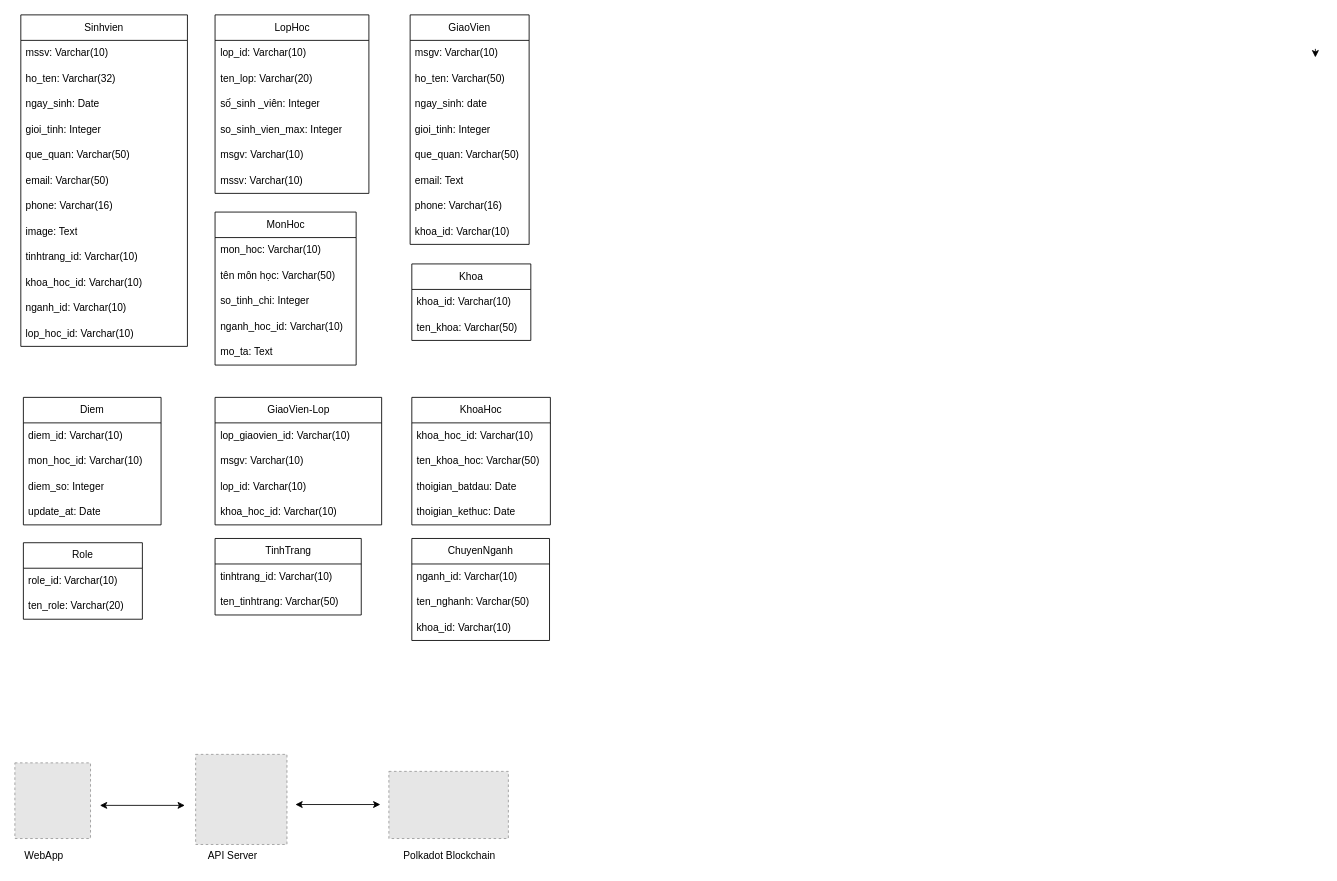
Above: db.drawio in Tranchinh30032001/Do_an_Be (draw.io), before the change. Source tidied: cells renumbered, new cells numbered last; positions are measured from the earlier drawing's top-left corner, leaving out a move shared by most shapes. Both pictures are drawn from the tidied source at 85%, with x=0, y=0 at pixel (14, 14). Pictures stored in the file or linked from it are replaced by grey dashed boxes.
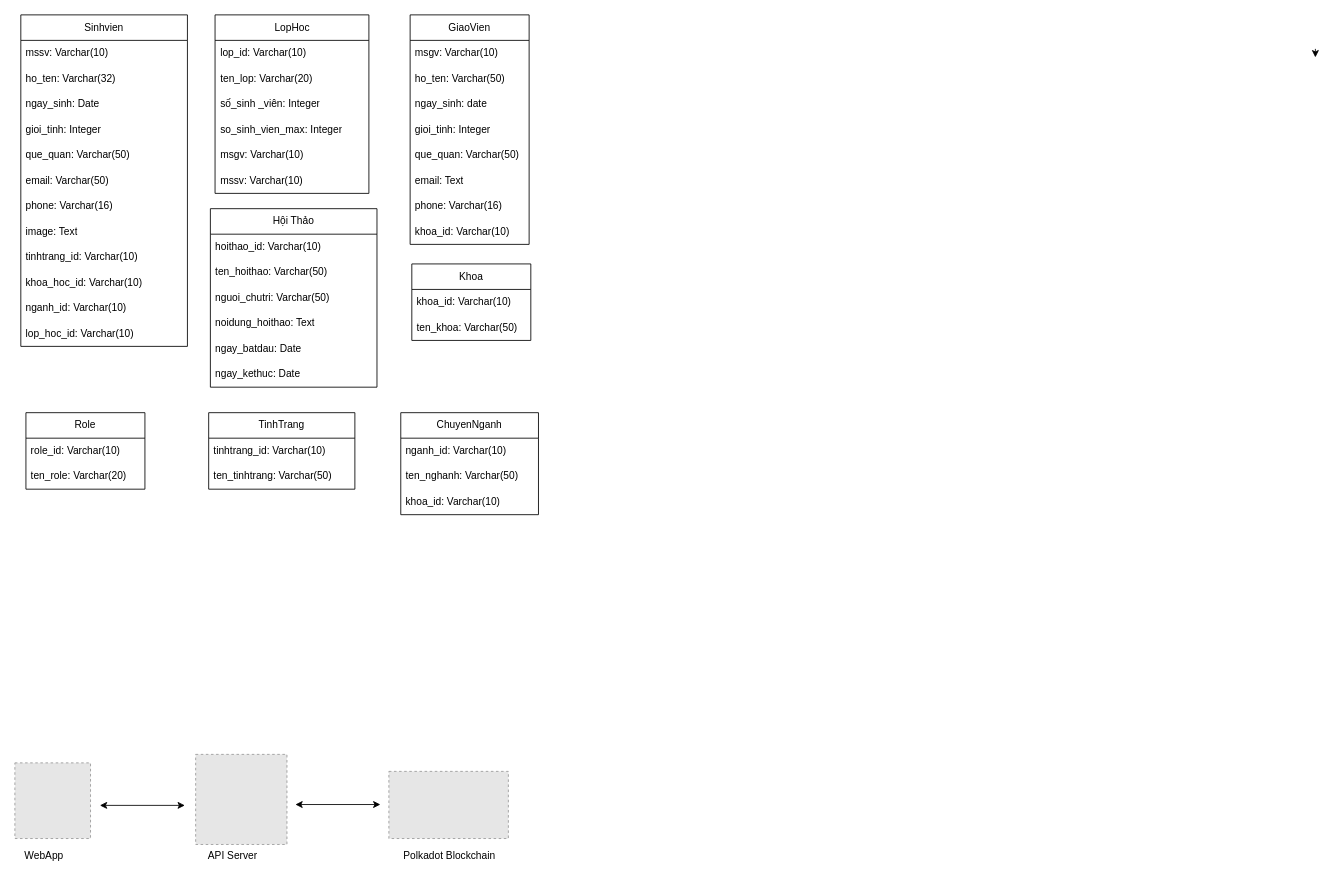
After the change.

Change to the diagram source:
```diff
@@
-    <mxCell id="32" value="MonHoc" style="swimlane;fontStyle=0;horizontal=1;startSize=30;whiteSpace=wrap;html=1;" parent="1" vertex="1">
-      <mxGeometry x="235.5" y="232" width="166" height="180" as="geometry" />
-    </mxCell>
-    <mxCell id="33" value="mon_hoc: Varchar(10)" style="text;strokeColor=none;fillColor=none;align=left;verticalAlign=middle;spacingLeft=4;spacingRight=4;overflow=hidden;whiteSpace=wrap;html=1;" parent="32" vertex="1">
-      <mxGeometry y="30" width="166" height="30" as="geometry" />
-    </mxCell>
-    <mxCell id="34" value="tên môn học: Varchar(50)" style="text;strokeColor=none;fillColor=none;align=left;verticalAlign=middle;spacingLeft=4;spacingRight=4;overflow=hidden;whiteSpace=wrap;html=1;" parent="32" vertex="1">
-      <mxGeometry y="60" width="166" height="30" as="geometry" />
-    </mxCell>
-    <mxCell id="35" value="so_tinh_chi: Integer" style="text;strokeColor=none;fillColor=none;align=left;verticalAlign=middle;spacingLeft=4;spacingRight=4;overflow=hidden;whiteSpace=wrap;html=1;" parent="32" vertex="1">
-      <mxGeometry y="90" width="166" height="30" as="geometry" />
-    </mxCell>
-    <mxCell id="36" value="nganh_hoc_id: Varchar(10)" style="text;strokeColor=none;fillColor=none;align=left;verticalAlign=middle;spacingLeft=4;spacingRight=4;overflow=hidden;whiteSpace=wrap;html=1;" parent="32" vertex="1">
-      <mxGeometry y="120" width="166" height="30" as="geometry" />
-    </mxCell>
-    <mxCell id="37" value="mo_ta: Text" style="text;strokeColor=none;fillColor=none;align=left;verticalAlign=middle;spacingLeft=4;spacingRight=4;overflow=hidden;whiteSpace=wrap;html=1;" parent="32" vertex="1">
-      <mxGeometry y="150" width="166" height="30" as="geometry" />
-    </mxCell>
     <mxCell id="38" value="Role" style="swimlane;fontStyle=0;horizontal=1;startSize=30;whiteSpace=wrap;html=1;" parent="1" vertex="1">
-      <mxGeometry x="10" y="621" width="140" height="90" as="geometry" />
+      <mxGeometry x="13" y="468" width="140" height="90" as="geometry" />
     </mxCell>
@@
-    <mxCell id="41" value="Diem" style="swimlane;fontStyle=0;horizontal=1;startSize=30;whiteSpace=wrap;html=1;" parent="1" vertex="1">
-      <mxGeometry x="10" y="450" width="162" height="150" as="geometry" />
-    </mxCell>
-    <mxCell id="42" value="diem_id: Varchar(10)" style="text;strokeColor=none;fillColor=none;align=left;verticalAlign=middle;spacingLeft=4;spacingRight=4;overflow=hidden;whiteSpace=wrap;html=1;" parent="41" vertex="1">
-      <mxGeometry y="30" width="162" height="30" as="geometry" />
-    </mxCell>
-    <mxCell id="43" value="mon_hoc_id: Varchar(10)" style="text;strokeColor=none;fillColor=none;align=left;verticalAlign=middle;spacingLeft=4;spacingRight=4;overflow=hidden;whiteSpace=wrap;html=1;" parent="41" vertex="1">
-      <mxGeometry y="60" width="162" height="30" as="geometry" />
-    </mxCell>
-    <mxCell id="44" value="diem_so: Integer" style="text;strokeColor=none;fillColor=none;align=left;verticalAlign=middle;spacingLeft=4;spacingRight=4;overflow=hidden;whiteSpace=wrap;html=1;" parent="41" vertex="1">
-      <mxGeometry y="90" width="162" height="30" as="geometry" />
-    </mxCell>
-    <mxCell id="45" value="update_at: Date" style="text;strokeColor=none;fillColor=none;align=left;verticalAlign=middle;spacingLeft=4;spacingRight=4;overflow=hidden;whiteSpace=wrap;html=1;" parent="41" vertex="1">
-      <mxGeometry y="120" width="162" height="30" as="geometry" />
-    </mxCell>
-    <mxCell id="46" value="GiaoVien-Lop" style="swimlane;fontStyle=0;horizontal=1;startSize=30;whiteSpace=wrap;html=1;" parent="1" vertex="1">
-      <mxGeometry x="235.5" y="450" width="196" height="150" as="geometry" />
+    <mxCell id="46" value="Hội Thảo" style="swimlane;fontStyle=0;horizontal=1;startSize=30;whiteSpace=wrap;html=1;" parent="1" vertex="1">
+      <mxGeometry x="230" y="228" width="196" height="210" as="geometry" />
     </mxCell>
-    <mxCell id="47" value="lop_giaovien_id: Varchar(10)" style="text;strokeColor=none;fillColor=none;align=left;verticalAlign=middle;spacingLeft=4;spacingRight=4;overflow=hidden;whiteSpace=wrap;html=1;" parent="46" vertex="1">
+    <mxCell id="47" value="hoithao_id: Varchar(10)" style="text;strokeColor=none;fillColor=none;align=left;verticalAlign=middle;spacingLeft=4;spacingRight=4;overflow=hidden;whiteSpace=wrap;html=1;" parent="46" vertex="1">
       <mxGeometry y="30" width="196" height="30" as="geometry" />
     </mxCell>
-    <mxCell id="48" value="msgv: Varchar(10)" style="text;strokeColor=none;fillColor=none;align=left;verticalAlign=middle;spacingLeft=4;spacingRight=4;overflow=hidden;whiteSpace=wrap;html=1;" parent="46" vertex="1">
+    <mxCell id="48" value="ten_hoithao: Varchar(50)" style="text;strokeColor=none;fillColor=none;align=left;verticalAlign=middle;spacingLeft=4;spacingRight=4;overflow=hidden;whiteSpace=wrap;html=1;" parent="46" vertex="1">
       <mxGeometry y="60" width="196" height="30" as="geometry" />
     </mxCell>
-    <mxCell id="49" value="lop_id: Varchar(10)" style="text;strokeColor=none;fillColor=none;align=left;verticalAlign=middle;spacingLeft=4;spacingRight=4;overflow=hidden;whiteSpace=wrap;html=1;" parent="46" vertex="1">
+    <mxCell id="49" value="nguoi_chutri: Varchar(50)" style="text;strokeColor=none;fillColor=none;align=left;verticalAlign=middle;spacingLeft=4;spacingRight=4;overflow=hidden;whiteSpace=wrap;html=1;" parent="46" vertex="1">
       <mxGeometry y="90" width="196" height="30" as="geometry" />
     </mxCell>
-    <mxCell id="50" value="khoa_hoc_id: Varchar(10)" style="text;strokeColor=none;fillColor=none;align=left;verticalAlign=middle;spacingLeft=4;spacingRight=4;overflow=hidden;whiteSpace=wrap;html=1;" parent="46" vertex="1">
+    <mxCell id="50" value="noidung_hoithao: Text" style="text;strokeColor=none;fillColor=none;align=left;verticalAlign=middle;spacingLeft=4;spacingRight=4;overflow=hidden;whiteSpace=wrap;html=1;" parent="46" vertex="1">
       <mxGeometry y="120" width="196" height="30" as="geometry" />
     </mxCell>
+    <mxCell id="74" value="ngay_batdau: Date" style="text;strokeColor=none;fillColor=none;align=left;verticalAlign=middle;spacingLeft=4;spacingRight=4;overflow=hidden;whiteSpace=wrap;html=1;" parent="46" vertex="1">
+      <mxGeometry y="150" width="196" height="30" as="geometry" />
+    </mxCell>
+    <mxCell id="75" value="ngay_kethuc: Date" style="text;strokeColor=none;fillColor=none;align=left;verticalAlign=middle;spacingLeft=4;spacingRight=4;overflow=hidden;whiteSpace=wrap;html=1;" parent="46" vertex="1">
+      <mxGeometry y="180" width="196" height="30" as="geometry" />
+    </mxCell>
@@
-    <mxCell id="59" value="KhoaHoc" style="swimlane;fontStyle=0;horizontal=1;startSize=30;whiteSpace=wrap;html=1;" parent="1" vertex="1">
-      <mxGeometry x="467" y="450" width="163" height="150" as="geometry" />
-    </mxCell>
-    <mxCell id="60" value="khoa_hoc_id: Varchar(10)" style="text;strokeColor=none;fillColor=none;align=left;verticalAlign=middle;spacingLeft=4;spacingRight=4;overflow=hidden;whiteSpace=wrap;html=1;" parent="59" vertex="1">
-      <mxGeometry y="30" width="163" height="30" as="geometry" />
-    </mxCell>
-    <mxCell id="61" value="ten_khoa_hoc: Varchar(50)" style="text;strokeColor=none;fillColor=none;align=left;verticalAlign=middle;spacingLeft=4;spacingRight=4;overflow=hidden;whiteSpace=wrap;html=1;" parent="59" vertex="1">
-      <mxGeometry y="60" width="163" height="30" as="geometry" />
-    </mxCell>
-    <mxCell id="62" value="thoigian_batdau: Date" style="text;strokeColor=none;fillColor=none;align=left;verticalAlign=middle;spacingLeft=4;spacingRight=4;overflow=hidden;whiteSpace=wrap;html=1;" parent="59" vertex="1">
-      <mxGeometry y="90" width="163" height="30" as="geometry" />
-    </mxCell>
-    <mxCell id="63" value="thoigian_kethuc: Date" style="text;strokeColor=none;fillColor=none;align=left;verticalAlign=middle;spacingLeft=4;spacingRight=4;overflow=hidden;whiteSpace=wrap;html=1;" parent="59" vertex="1">
-      <mxGeometry y="120" width="163" height="30" as="geometry" />
-    </mxCell>
     <mxCell id="64" value="ChuyenNganh" style="swimlane;fontStyle=0;horizontal=1;startSize=30;whiteSpace=wrap;html=1;" parent="1" vertex="1">
-      <mxGeometry x="467" y="616" width="162" height="120" as="geometry" />
+      <mxGeometry x="454" y="468" width="162" height="120" as="geometry" />
     </mxCell>
@@
     <mxCell id="71" value="TinhTrang" style="swimlane;fontStyle=0;horizontal=1;startSize=30;whiteSpace=wrap;html=1;" parent="1" vertex="1">
-      <mxGeometry x="235.5" y="616" width="172" height="90" as="geometry" />
+      <mxGeometry x="228" y="468" width="172" height="90" as="geometry" />
     </mxCell>
```
